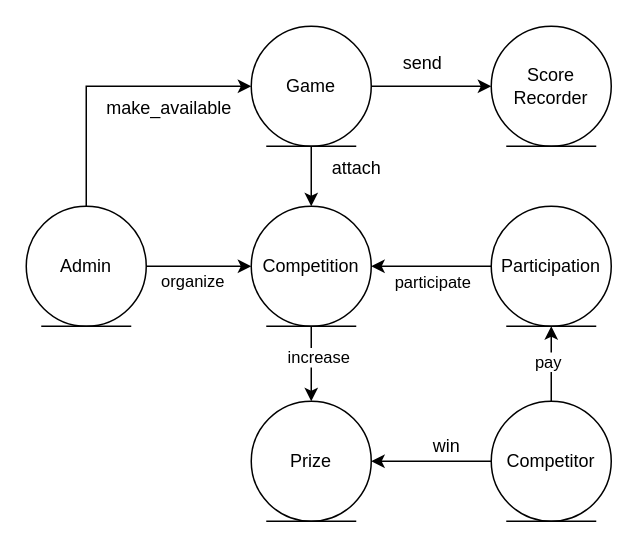
This is game_compet.drawio from rahff/Snake_JS, a draw.io file, before an edit. Source tidied: cells renumbered, new cells numbered last; positions are measured from the earlier drawing's top-left corner, leaving out a move shared by most shapes. Both pictures are drawn from the tidied source at 150%, with x=0, y=0 at pixel (26, 26).
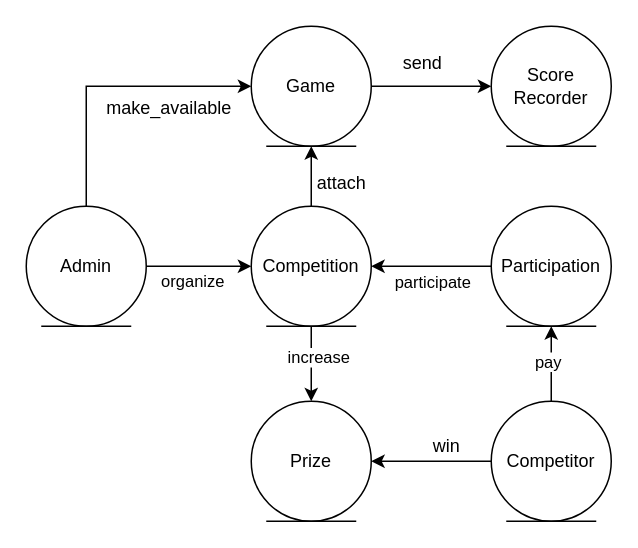
Above is the later version.

The change refers to these unchanged cells:
```xml
<mxCell id="4" value="Competition" style="ellipse;shape=umlEntity;whiteSpace=wrap;html=1;" parent="1" vertex="1">
  <mxGeometry x="150" y="120" width="80" height="80" as="geometry" />
</mxCell>
<mxCell id="19" value="Game" style="ellipse;shape=umlEntity;whiteSpace=wrap;html=1;" parent="1" vertex="1">
  <mxGeometry x="150" width="80" height="80" as="geometry" />
</mxCell>
```

Change to the diagram source:
```diff
@@
+    <mxCell id="25" style="edgeStyle=orthogonalEdgeStyle;rounded=0;jettySize=auto;html=1;" parent="1" edge="1" source="4" target="19">
+      <mxGeometry relative="1" as="geometry" />
+    </mxCell>
@@
-    <mxCell id="17" style="edgeStyle=orthogonalEdgeStyle;rounded=0;jettySize=auto;html=1;" parent="1" edge="1" source="19" target="4">
-      <mxGeometry relative="1" as="geometry" />
-    </mxCell>
@@
     <mxCell id="21" value="attach" style="text;html=1;align=center;verticalAlign=middle;strokeColor=none;fillColor=none;" parent="1" vertex="1">
-      <mxGeometry x="190" y="80" width="60" height="30" as="geometry" />
+      <mxGeometry x="180" y="90" width="60" height="30" as="geometry" />
     </mxCell>
```
